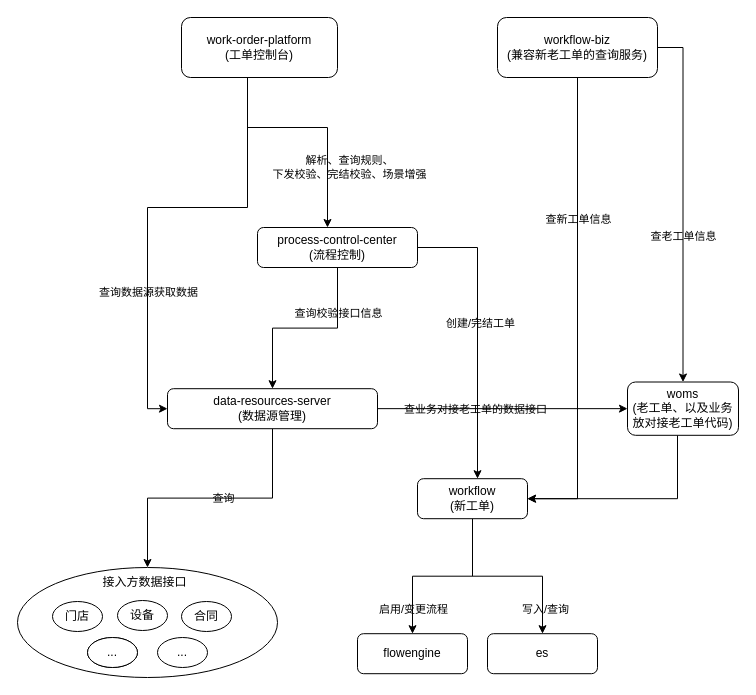
Before: 工单架构.drawio in 330129161/draw.io, a draw.io diagram. Source tidied: cells renumbered, new cells numbered last; positions are measured from the earlier drawing's top-left corner, leaving out a move shared by most shapes. Both pictures are drawn from the tidied source at 100%, with x=0, y=0 at pixel (17, 17).
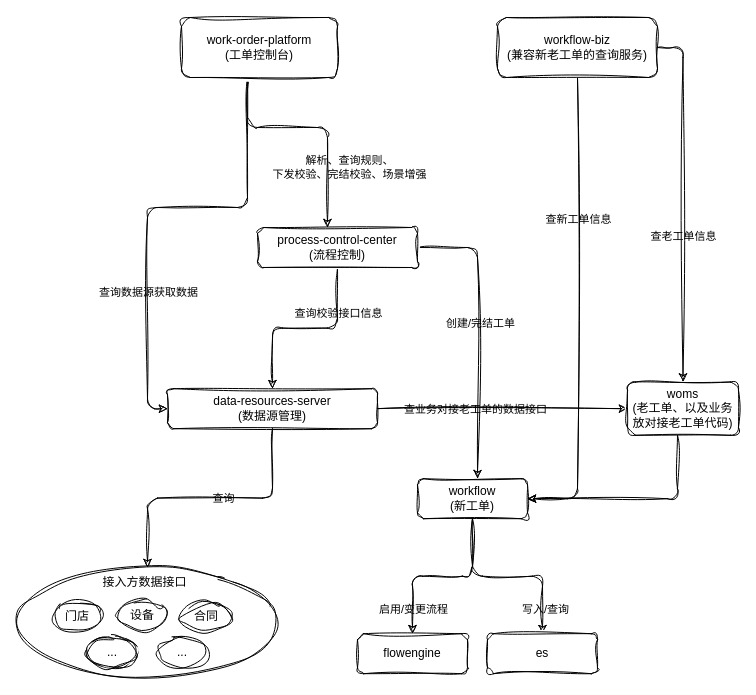
Above is the later version.

Commit message (it also covers changes not shown here):
更新工单架构.drawio

Change to the diagram source:
```diff
@@
-    <mxCell id="2" style="edgeStyle=orthogonalEdgeStyle;rounded=0;jettySize=auto;html=1;labelBackgroundColor=none;fontColor=default;" parent="1" edge="1" source="6" target="11">
+    <mxCell id="2" style="edgeStyle=orthogonalEdgeStyle;rounded=1;jettySize=auto;html=1;labelBackgroundColor=none;fontColor=default;sketch=1;curveFitting=1;jiggle=2;" parent="1" edge="1" source="6" target="11">
       <mxGeometry relative="1" as="geometry">
         <Array as="points">
           <mxPoint x="230" y="110" />
           <mxPoint x="310" y="110" />
         </Array>
       </mxGeometry>
     </mxCell>
-    <mxCell id="3" value="解析、查询规则、&lt;br&gt;下发校验、完结校验、场景增强" style="edgeLabel;html=1;align=center;verticalAlign=middle;labelBackgroundColor=none;" parent="2" vertex="1">
+    <mxCell id="3" value="解析、查询规则、&lt;br&gt;下发校验、完结校验、场景增强" style="edgeLabel;html=1;align=center;verticalAlign=middle;labelBackgroundColor=none;rounded=1;sketch=1;curveFitting=1;jiggle=2;" parent="2" vertex="1">
       <mxGeometry x="0.26" y="-1" relative="1" as="geometry">
         <mxPoint x="22" y="24" as="offset" />
       </mxGeometry>
     </mxCell>
-    <mxCell id="4" style="edgeStyle=orthogonalEdgeStyle;rounded=0;jettySize=auto;html=1;entryX=0;entryY=0.5;entryDx=0;entryDy=0;labelBackgroundColor=none;fontColor=default;" parent="1" edge="1" source="6" target="16">
+    <mxCell id="4" style="edgeStyle=orthogonalEdgeStyle;rounded=1;jettySize=auto;html=1;entryX=0;entryY=0.5;entryDx=0;entryDy=0;labelBackgroundColor=none;fontColor=default;sketch=1;curveFitting=1;jiggle=2;" parent="1" edge="1" source="6" target="16">
       <mxGeometry relative="1" as="geometry">
         <Array as="points">
           <mxPoint x="230" y="190" />
           <mxPoint x="130" y="190" />
           <mxPoint x="130" y="391" />
         </Array>
       </mxGeometry>
     </mxCell>
-    <mxCell id="5" value="查询数据源获取数据" style="edgeLabel;html=1;align=center;verticalAlign=middle;labelBackgroundColor=none;" parent="4" vertex="1">
+    <mxCell id="5" value="查询数据源获取数据" style="edgeLabel;html=1;align=center;verticalAlign=middle;labelBackgroundColor=none;rounded=1;sketch=1;curveFitting=1;jiggle=2;" parent="4" vertex="1">
       <mxGeometry x="0.39" relative="1" as="geometry" />
     </mxCell>
-    <mxCell id="6" value="work-order-platform&lt;br&gt;(工单控制台)" style="rounded=1;whiteSpace=wrap;html=1;labelBackgroundColor=none;" parent="1" vertex="1">
+    <mxCell id="6" value="work-order-platform&lt;br&gt;(工单控制台)" style="rounded=1;whiteSpace=wrap;html=1;labelBackgroundColor=none;sketch=1;curveFitting=1;jiggle=2;" parent="1" vertex="1">
       <mxGeometry x="164" width="156" height="60" as="geometry" />
     </mxCell>
-    <mxCell id="7" style="edgeStyle=orthogonalEdgeStyle;rounded=0;jettySize=auto;html=1;entryX=0.5;entryY=0;entryDx=0;entryDy=0;labelBackgroundColor=none;fontColor=default;" parent="1" edge="1" source="11" target="16">
+    <mxCell id="7" style="edgeStyle=orthogonalEdgeStyle;rounded=1;jettySize=auto;html=1;entryX=0.5;entryY=0;entryDx=0;entryDy=0;labelBackgroundColor=none;fontColor=default;sketch=1;curveFitting=1;jiggle=2;" parent="1" edge="1" source="11" target="16">
       <mxGeometry relative="1" as="geometry" />
     </mxCell>
-    <mxCell id="8" value="查询校验接口信息" style="edgeLabel;html=1;align=center;verticalAlign=middle;labelBackgroundColor=none;" parent="7" vertex="1">
+    <mxCell id="8" value="查询校验接口信息" style="edgeLabel;html=1;align=center;verticalAlign=middle;labelBackgroundColor=none;rounded=1;sketch=1;curveFitting=1;jiggle=2;" parent="7" vertex="1">
       <mxGeometry x="-0.1" y="1" relative="1" as="geometry">
         <mxPoint x="24" y="-16" as="offset" />
       </mxGeometry>
     </mxCell>
-    <mxCell id="9" style="edgeStyle=orthogonalEdgeStyle;rounded=0;jettySize=auto;html=1;labelBackgroundColor=none;fontColor=default;" parent="1" edge="1" source="11" target="21">
+    <mxCell id="9" style="edgeStyle=orthogonalEdgeStyle;rounded=1;jettySize=auto;html=1;labelBackgroundColor=none;fontColor=default;sketch=1;curveFitting=1;jiggle=2;" parent="1" edge="1" source="11" target="21">
       <mxGeometry relative="1" as="geometry">
         <Array as="points">
           <mxPoint x="460" y="230" />
         </Array>
       </mxGeometry>
     </mxCell>
-    <mxCell id="10" value="创建/完结工单" style="edgeLabel;html=1;align=center;verticalAlign=middle;labelBackgroundColor=none;" parent="9" vertex="1">
+    <mxCell id="10" value="创建/完结工单" style="edgeLabel;html=1;align=center;verticalAlign=middle;labelBackgroundColor=none;rounded=1;sketch=1;curveFitting=1;jiggle=2;" parent="9" vertex="1">
       <mxGeometry x="-0.07" y="2" relative="1" as="geometry" />
     </mxCell>
-    <mxCell id="11" value="process-control-center&lt;br&gt;(流程控制)" style="rounded=1;whiteSpace=wrap;html=1;labelBackgroundColor=none;" parent="1" vertex="1">
+    <mxCell id="11" value="process-control-center&lt;br&gt;(流程控制)" style="rounded=1;whiteSpace=wrap;html=1;labelBackgroundColor=none;sketch=1;curveFitting=1;jiggle=2;" parent="1" vertex="1">
       <mxGeometry x="240" y="210" width="160" height="40" as="geometry" />
     </mxCell>
-    <mxCell id="12" style="edgeStyle=orthogonalEdgeStyle;rounded=0;jettySize=auto;html=1;entryX=0.5;entryY=0;entryDx=0;entryDy=0;labelBackgroundColor=none;fontColor=default;" parent="1" edge="1" source="16" target="31">
+    <mxCell id="12" style="edgeStyle=orthogonalEdgeStyle;rounded=1;jettySize=auto;html=1;entryX=0.5;entryY=0;entryDx=0;entryDy=0;labelBackgroundColor=none;fontColor=default;sketch=1;curveFitting=1;jiggle=2;" parent="1" edge="1" source="16" target="31">
       <mxGeometry relative="1" as="geometry" />
     </mxCell>
-    <mxCell id="13" value="查询" style="edgeLabel;html=1;align=center;verticalAlign=middle;labelBackgroundColor=none;" parent="12" vertex="1">
+    <mxCell id="13" value="查询" style="edgeLabel;html=1;align=center;verticalAlign=middle;labelBackgroundColor=none;rounded=1;sketch=1;curveFitting=1;jiggle=2;" parent="12" vertex="1">
       <mxGeometry x="-0.1" y="4" relative="1" as="geometry">
         <mxPoint y="-4" as="offset" />
       </mxGeometry>
     </mxCell>
-    <mxCell id="14" style="edgeStyle=orthogonalEdgeStyle;rounded=0;jettySize=auto;html=1;entryX=0;entryY=0.5;entryDx=0;entryDy=0;labelBackgroundColor=none;fontColor=default;" parent="1" edge="1" source="16" target="28">
+    <mxCell id="14" style="edgeStyle=orthogonalEdgeStyle;rounded=1;jettySize=auto;html=1;entryX=0;entryY=0.5;entryDx=0;entryDy=0;labelBackgroundColor=none;fontColor=default;sketch=1;curveFitting=1;jiggle=2;" parent="1" edge="1" source="16" target="28">
       <mxGeometry relative="1" as="geometry" />
     </mxCell>
-    <mxCell id="15" value="查业务对接老工单的数据接口" style="edgeLabel;html=1;align=center;verticalAlign=middle;labelBackgroundColor=none;" parent="14" vertex="1">
+    <mxCell id="15" value="查业务对接老工单的数据接口" style="edgeLabel;html=1;align=center;verticalAlign=middle;labelBackgroundColor=none;rounded=1;sketch=1;curveFitting=1;jiggle=2;" parent="14" vertex="1">
       <mxGeometry x="-0.74" y="1" relative="1" as="geometry">
         <mxPoint x="64" y="1" as="offset" />
       </mxGeometry>
     </mxCell>
-    <mxCell id="16" value="data-resources-server&lt;br&gt;(数据源管理)" style="rounded=1;whiteSpace=wrap;html=1;labelBackgroundColor=none;" parent="1" vertex="1">
+    <mxCell id="16" value="data-resources-server&lt;br&gt;(数据源管理)" style="rounded=1;whiteSpace=wrap;html=1;labelBackgroundColor=none;sketch=1;curveFitting=1;jiggle=2;" parent="1" vertex="1">
       <mxGeometry x="150" y="371.2" width="210" height="40" as="geometry" />
     </mxCell>
-    <mxCell id="17" style="edgeStyle=orthogonalEdgeStyle;rounded=0;jettySize=auto;html=1;entryX=0.5;entryY=0;entryDx=0;entryDy=0;labelBackgroundColor=none;fontColor=default;" parent="1" edge="1" source="21" target="29">
+    <mxCell id="17" style="edgeStyle=orthogonalEdgeStyle;rounded=1;jettySize=auto;html=1;entryX=0.5;entryY=0;entryDx=0;entryDy=0;labelBackgroundColor=none;fontColor=default;sketch=1;curveFitting=1;jiggle=2;" parent="1" edge="1" source="21" target="29">
       <mxGeometry relative="1" as="geometry" />
     </mxCell>
-    <mxCell id="18" value="启用/变更流程" style="edgeLabel;html=1;align=center;verticalAlign=middle;labelBackgroundColor=none;" parent="17" vertex="1">
+    <mxCell id="18" value="启用/变更流程" style="edgeLabel;html=1;align=center;verticalAlign=middle;labelBackgroundColor=none;rounded=1;sketch=1;curveFitting=1;jiggle=2;" parent="17" vertex="1">
       <mxGeometry x="0.55" y="-1" relative="1" as="geometry">
         <mxPoint x="1" y="14" as="offset" />
       </mxGeometry>
     </mxCell>
-    <mxCell id="19" style="edgeStyle=orthogonalEdgeStyle;rounded=0;jettySize=auto;html=1;labelBackgroundColor=none;fontColor=default;" parent="1" edge="1" source="21" target="30">
+    <mxCell id="19" style="edgeStyle=orthogonalEdgeStyle;rounded=1;jettySize=auto;html=1;labelBackgroundColor=none;fontColor=default;sketch=1;curveFitting=1;jiggle=2;" parent="1" edge="1" source="21" target="30">
       <mxGeometry relative="1" as="geometry" />
     </mxCell>
-    <mxCell id="20" value="写入/查询" style="edgeLabel;html=1;align=center;verticalAlign=middle;labelBackgroundColor=none;" parent="19" vertex="1">
+    <mxCell id="20" value="写入/查询" style="edgeLabel;html=1;align=center;verticalAlign=middle;labelBackgroundColor=none;rounded=1;sketch=1;curveFitting=1;jiggle=2;" parent="19" vertex="1">
       <mxGeometry x="0.73" y="2" relative="1" as="geometry" />
     </mxCell>
-    <mxCell id="21" value="workflow&lt;br&gt;(新工单)" style="rounded=1;whiteSpace=wrap;html=1;labelBackgroundColor=none;" parent="1" vertex="1">
+    <mxCell id="21" value="workflow&lt;br&gt;(新工单)" style="rounded=1;whiteSpace=wrap;html=1;labelBackgroundColor=none;sketch=1;curveFitting=1;jiggle=2;" parent="1" vertex="1">
       <mxGeometry x="400" y="461.2" width="110" height="40" as="geometry" />
     </mxCell>
-    <mxCell id="22" style="edgeStyle=orthogonalEdgeStyle;rounded=0;jettySize=auto;html=1;entryX=1;entryY=0.5;entryDx=0;entryDy=0;labelBackgroundColor=none;fontColor=default;" parent="1" edge="1" source="26" target="21">
+    <mxCell id="22" style="edgeStyle=orthogonalEdgeStyle;rounded=1;jettySize=auto;html=1;entryX=1;entryY=0.5;entryDx=0;entryDy=0;labelBackgroundColor=none;fontColor=default;sketch=1;curveFitting=1;jiggle=2;" parent="1" edge="1" source="26" target="21">
       <mxGeometry relative="1" as="geometry">
         <Array as="points">
           <mxPoint x="560" y="481" />
         </Array>
       </mxGeometry>
     </mxCell>
-    <mxCell id="23" value="查新工单信息" style="edgeLabel;html=1;align=center;verticalAlign=middle;labelBackgroundColor=none;" parent="22" vertex="1">
+    <mxCell id="23" value="查新工单信息" style="edgeLabel;html=1;align=center;verticalAlign=middle;labelBackgroundColor=none;rounded=1;sketch=1;curveFitting=1;jiggle=2;" parent="22" vertex="1">
       <mxGeometry x="-0.4" relative="1" as="geometry" />
     </mxCell>
-    <mxCell id="24" style="edgeStyle=orthogonalEdgeStyle;rounded=0;jettySize=auto;html=1;entryX=0.5;entryY=0;entryDx=0;entryDy=0;exitX=1;exitY=0.5;exitDx=0;exitDy=0;labelBackgroundColor=none;fontColor=default;" parent="1" edge="1" source="26" target="28">
+    <mxCell id="24" style="edgeStyle=orthogonalEdgeStyle;rounded=1;jettySize=auto;html=1;entryX=0.5;entryY=0;entryDx=0;entryDy=0;exitX=1;exitY=0.5;exitDx=0;exitDy=0;labelBackgroundColor=none;fontColor=default;sketch=1;curveFitting=1;jiggle=2;" parent="1" edge="1" source="26" target="28">
       <mxGeometry relative="1" as="geometry" />
     </mxCell>
-    <mxCell id="25" value="查老工单信息" style="edgeLabel;html=1;align=center;verticalAlign=middle;labelBackgroundColor=none;" parent="24" vertex="1">
+    <mxCell id="25" value="查老工单信息" style="edgeLabel;html=1;align=center;verticalAlign=middle;labelBackgroundColor=none;rounded=1;sketch=1;curveFitting=1;jiggle=2;" parent="24" vertex="1">
       <mxGeometry x="0.19" relative="1" as="geometry" />
     </mxCell>
-    <mxCell id="26" value="workflow-biz&lt;br&gt;(兼容新老工单的查询服务)" style="rounded=1;whiteSpace=wrap;html=1;labelBackgroundColor=none;" parent="1" vertex="1">
+    <mxCell id="26" value="workflow-biz&lt;br&gt;(兼容新老工单的查询服务)" style="rounded=1;whiteSpace=wrap;html=1;labelBackgroundColor=none;sketch=1;curveFitting=1;jiggle=2;" parent="1" vertex="1">
       <mxGeometry x="480" width="160" height="60" as="geometry" />
     </mxCell>
-    <mxCell id="27" style="edgeStyle=orthogonalEdgeStyle;rounded=0;jettySize=auto;html=1;entryX=1;entryY=0.5;entryDx=0;entryDy=0;labelBackgroundColor=none;fontColor=default;" parent="1" edge="1" source="28" target="21">
+    <mxCell id="27" style="edgeStyle=orthogonalEdgeStyle;rounded=1;jettySize=auto;html=1;entryX=1;entryY=0.5;entryDx=0;entryDy=0;labelBackgroundColor=none;fontColor=default;sketch=1;curveFitting=1;jiggle=2;" parent="1" edge="1" source="28" target="21">
       <mxGeometry relative="1" as="geometry">
         <Array as="points">
           <mxPoint x="660" y="481.2" />
         </Array>
       </mxGeometry>
     </mxCell>
-    <mxCell id="28" value="woms&lt;br&gt;(老工单、以及业务放对接老工单代码)" style="rounded=1;whiteSpace=wrap;html=1;labelBackgroundColor=none;" parent="1" vertex="1">
+    <mxCell id="28" value="woms&lt;br&gt;(老工单、以及业务放对接老工单代码)" style="rounded=1;whiteSpace=wrap;html=1;labelBackgroundColor=none;sketch=1;curveFitting=1;jiggle=2;" parent="1" vertex="1">
       <mxGeometry x="610" y="364.5" width="111" height="53.3" as="geometry" />
     </mxCell>
-    <mxCell id="29" value="flowengine" style="rounded=1;whiteSpace=wrap;html=1;labelBackgroundColor=none;" parent="1" vertex="1">
+    <mxCell id="29" value="flowengine" style="rounded=1;whiteSpace=wrap;html=1;labelBackgroundColor=none;sketch=1;curveFitting=1;jiggle=2;" parent="1" vertex="1">
       <mxGeometry x="340" y="616.2" width="110" height="40" as="geometry" />
     </mxCell>
-    <mxCell id="30" value="es" style="rounded=1;whiteSpace=wrap;html=1;labelBackgroundColor=none;" parent="1" vertex="1">
+    <mxCell id="30" value="es" style="rounded=1;whiteSpace=wrap;html=1;labelBackgroundColor=none;sketch=1;curveFitting=1;jiggle=2;" parent="1" vertex="1">
       <mxGeometry x="470" y="616.2" width="110" height="40" as="geometry" />
     </mxCell>
-    <mxCell id="31" style="ellipse;whiteSpace=wrap;html=1;labelBackgroundColor=none;" parent="1" vertex="1">
+    <mxCell id="31" style="ellipse;whiteSpace=wrap;html=1;labelBackgroundColor=none;rounded=1;sketch=1;curveFitting=1;jiggle=2;" parent="1" vertex="1">
       <mxGeometry y="550" width="260" height="110" as="geometry" />
     </mxCell>
-    <mxCell id="32" value="门店" style="ellipse;whiteSpace=wrap;html=1;labelBackgroundColor=none;" parent="1" vertex="1">
+    <mxCell id="32" value="门店" style="ellipse;whiteSpace=wrap;html=1;labelBackgroundColor=none;rounded=1;sketch=1;curveFitting=1;jiggle=2;" parent="1" vertex="1">
       <mxGeometry x="35" y="584" width="50" height="30" as="geometry" />
     </mxCell>
-    <mxCell id="33" value="设备" style="ellipse;whiteSpace=wrap;html=1;labelBackgroundColor=none;" parent="1" vertex="1">
+    <mxCell id="33" value="设备" style="ellipse;whiteSpace=wrap;html=1;labelBackgroundColor=none;rounded=1;sketch=1;curveFitting=1;jiggle=2;" parent="1" vertex="1">
       <mxGeometry x="100" y="583" width="50" height="30" as="geometry" />
     </mxCell>
-    <mxCell id="34" value="合同" style="ellipse;whiteSpace=wrap;html=1;labelBackgroundColor=none;" parent="1" vertex="1">
+    <mxCell id="34" value="合同" style="ellipse;whiteSpace=wrap;html=1;labelBackgroundColor=none;rounded=1;sketch=1;curveFitting=1;jiggle=2;" parent="1" vertex="1">
       <mxGeometry x="164" y="584" width="50" height="30" as="geometry" />
     </mxCell>
-    <mxCell id="35" style="ellipse;whiteSpace=wrap;html=1;labelBackgroundColor=none;" parent="1" vertex="1">
+    <mxCell id="35" style="ellipse;whiteSpace=wrap;html=1;labelBackgroundColor=none;rounded=1;sketch=1;curveFitting=1;jiggle=2;" parent="1" vertex="1">
       <mxGeometry x="70" y="620" width="50" height="30" as="geometry" />
     </mxCell>
-    <mxCell id="36" value="..." style="ellipse;whiteSpace=wrap;html=1;labelBackgroundColor=none;" parent="1" vertex="1">
+    <mxCell id="36" value="..." style="ellipse;whiteSpace=wrap;html=1;labelBackgroundColor=none;rounded=1;sketch=1;curveFitting=1;jiggle=2;" parent="1" vertex="1">
       <mxGeometry x="70" y="620" width="50" height="30" as="geometry" />
     </mxCell>
-    <mxCell id="37" value="..." style="ellipse;whiteSpace=wrap;html=1;labelBackgroundColor=none;" parent="1" vertex="1">
+    <mxCell id="37" value="..." style="ellipse;whiteSpace=wrap;html=1;labelBackgroundColor=none;rounded=1;sketch=1;curveFitting=1;jiggle=2;" parent="1" vertex="1">
       <mxGeometry x="140" y="620" width="50" height="30" as="geometry" />
     </mxCell>
-    <mxCell id="38" value="接入方数据接口" style="text;html=1;strokeColor=none;fillColor=none;align=center;verticalAlign=middle;whiteSpace=wrap;rounded=0;labelBackgroundColor=none;" parent="1" vertex="1">
+    <mxCell id="38" value="接入方数据接口" style="text;html=1;strokeColor=none;fillColor=none;align=center;verticalAlign=middle;whiteSpace=wrap;rounded=1;labelBackgroundColor=none;sketch=1;curveFitting=1;jiggle=2;" parent="1" vertex="1">
       <mxGeometry x="70" y="550" width="115" height="30" as="geometry" />
     </mxCell>
```
